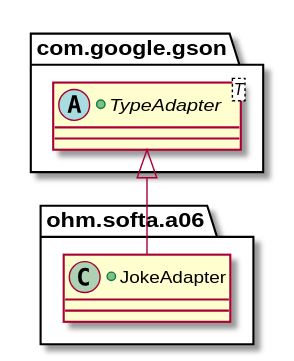
Earlier version of the PlantUML export assets/images/GsonSpec.svg (studium-nicog/softa-06-annotations-reflection).
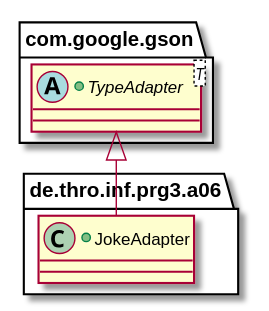
Later version of the same file.

Diff of the diagram source:
```diff
@@ -6,7 +6,7 @@
 }
 
 
-package ohm.softa.a06 {
+package de.thro.inf.prg3.a06 {
     +class JokeAdapter extends TypeAdapter {
     }
 }
```
